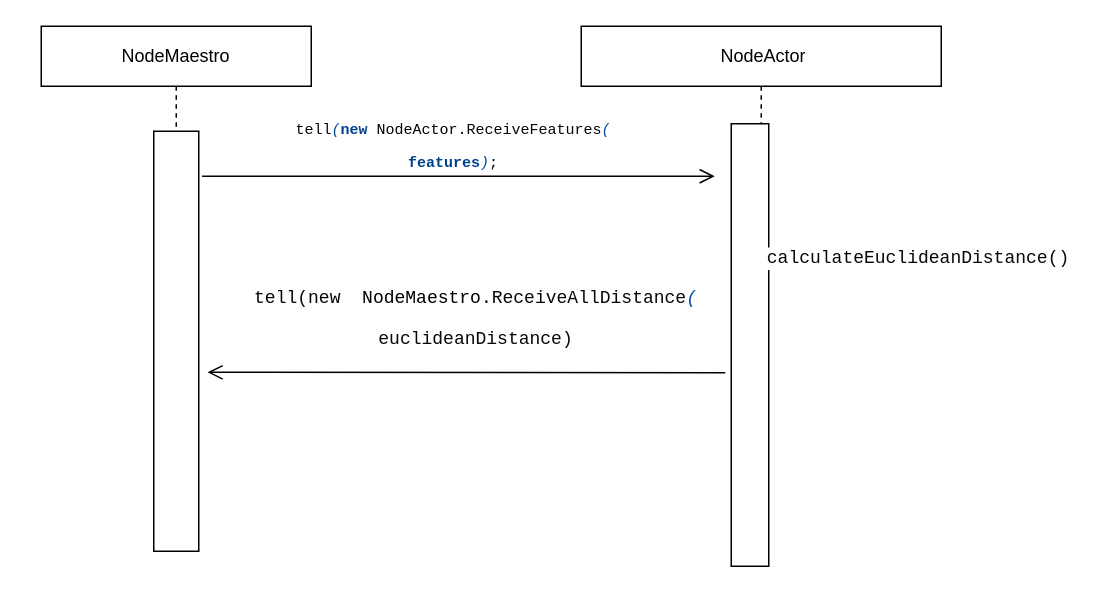
This is sendFeaturesToNodes.drawio from vanelopethecoder/som-basic, a draw.io file, before an edit. Source tidied: cells renumbered, new cells numbered last; positions are measured from the earlier drawing's top-left corner, leaving out a move shared by most shapes. Both pictures are drawn from the tidied source at 150%, with x=0, y=0 at pixel (26, 26).
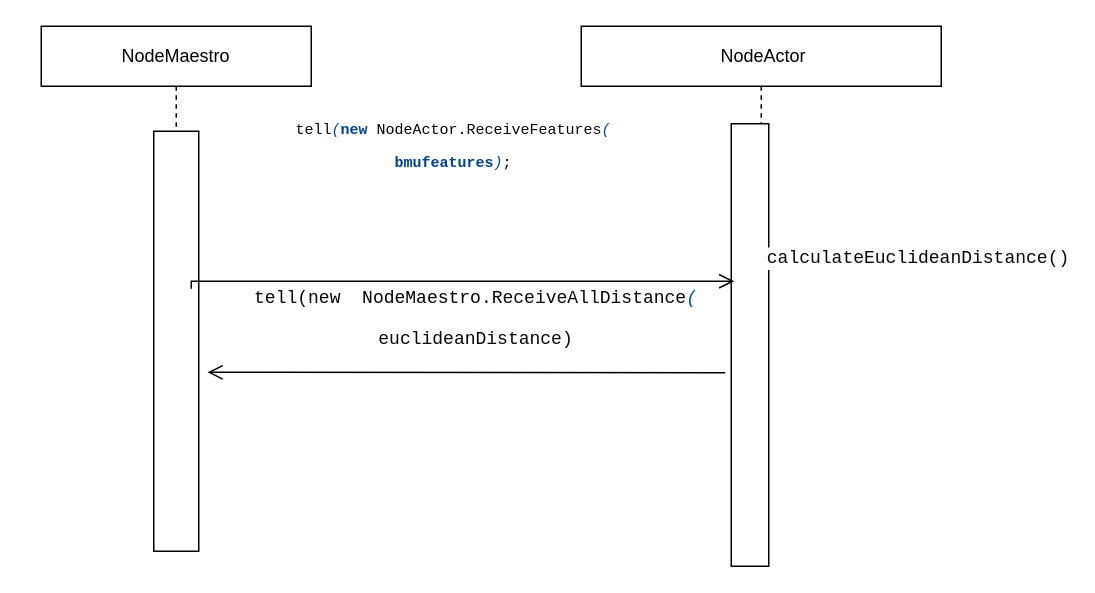
The same diagram, later.

What changed in the source:
```diff
@@
 <mxGraphModel>
   <root>
     <mxCell id="0" />
     <mxCell id="1" parent="0" />
     <mxCell id="2" value="NodeMaestro" style="shape=umlLifeline;perimeter=lifelinePerimeter;whiteSpace=wrap;html=1;" parent="1" vertex="1">
       <mxGeometry x="10" width="180" height="350" as="geometry" />
     </mxCell>
     <mxCell id="3" style="rounded=0;whiteSpace=wrap;html=1;" parent="2" vertex="1">
       <mxGeometry x="75" y="70" width="30" height="280" as="geometry" />
     </mxCell>
     <mxCell id="4" value="&amp;nbsp;NodeActor" style="shape=umlLifeline;perimeter=lifelinePerimeter;whiteSpace=wrap;html=1;" parent="1" vertex="1">
       <mxGeometry x="370" width="240" height="360" as="geometry" />
     </mxCell>
     <mxCell id="5" style="rounded=0;whiteSpace=wrap;html=1;" parent="4" vertex="1">
       <mxGeometry x="100" y="65" width="25" height="295" as="geometry" />
     </mxCell>
-    <mxCell id="6" value="&lt;pre style=&quot;background-color: rgb(255 , 255 , 255) ; color: rgb(8 , 8 , 8) ; font-family: &amp;#34;droid sans mono dotted&amp;#34; , monospace ; font-size: 10px&quot;&gt;tell&lt;span style=&quot;color: #004b9f ; font-style: italic&quot;&gt;(&lt;/span&gt;&lt;span style=&quot;color: #00428c ; font-weight: bold&quot;&gt;new &lt;/span&gt;&lt;span style=&quot;color: #000000&quot;&gt;NodeActor&lt;/span&gt;.ReceiveFeatures&lt;span style=&quot;color: #004b9f ; font-style: italic&quot;&gt;(&lt;/span&gt;&lt;/pre&gt;&lt;pre style=&quot;background-color: rgb(255 , 255 , 255) ; font-family: &amp;#34;droid sans mono dotted&amp;#34; , monospace ; font-size: 10px&quot;&gt;&lt;font color=&quot;#00428c&quot;&gt;&lt;b&gt;features&lt;/b&gt;&lt;/font&gt;&lt;span style=&quot;color: rgb(8 , 8 , 8)&quot;&gt;&lt;span style=&quot;color: #004b9f ; font-style: italic&quot;&gt;)&lt;/span&gt;;&lt;/span&gt;&lt;/pre&gt;" style="text;html=1;strokeColor=none;fillColor=none;align=center;verticalAlign=middle;whiteSpace=wrap;rounded=0;" parent="4" vertex="1">
+    <mxCell id="6" value="&lt;pre style=&quot;background-color: rgb(255 , 255 , 255) ; color: rgb(8 , 8 , 8) ; font-family: &amp;#34;droid sans mono dotted&amp;#34; , monospace ; font-size: 10px&quot;&gt;tell&lt;span style=&quot;color: #004b9f ; font-style: italic&quot;&gt;(&lt;/span&gt;&lt;span style=&quot;color: #00428c ; font-weight: bold&quot;&gt;new &lt;/span&gt;&lt;span style=&quot;color: #000000&quot;&gt;NodeActor&lt;/span&gt;.ReceiveFeatures&lt;span style=&quot;color: #004b9f ; font-style: italic&quot;&gt;(&lt;/span&gt;&lt;/pre&gt;&lt;pre style=&quot;background-color: rgb(255 , 255 , 255) ; font-family: &amp;#34;droid sans mono dotted&amp;#34; , monospace ; font-size: 10px&quot;&gt;&lt;font color=&quot;#00428c&quot;&gt;&lt;b&gt;bmufeatures&lt;/b&gt;&lt;/font&gt;&lt;span style=&quot;color: rgb(8 , 8 , 8)&quot;&gt;&lt;span style=&quot;color: #004b9f ; font-style: italic&quot;&gt;)&lt;/span&gt;;&lt;/span&gt;&lt;/pre&gt;" style="text;html=1;strokeColor=none;fillColor=none;align=center;verticalAlign=middle;whiteSpace=wrap;rounded=0;" parent="4" vertex="1">
       <mxGeometry x="-370" y="65" width="570" height="30" as="geometry" />
     </mxCell>
     <mxCell id="7" value="&lt;pre style=&quot;background-color: #ffffff ; color: #080808 ; font-family: &amp;#34;jetbrains mono&amp;#34; , monospace ; font-size: 9 8pt&quot;&gt;calculateEuclideanDistance()&lt;/pre&gt;" style="text;html=1;strokeColor=none;fillColor=none;align=center;verticalAlign=middle;whiteSpace=wrap;rounded=0;" parent="4" vertex="1">
       <mxGeometry x="180" y="140" width="90" height="30" as="geometry" />
     </mxCell>
     <mxCell id="8" value="&lt;pre style=&quot;background-color: #ffffff ; color: #080808 ; font-family: &amp;#34;jetbrains mono&amp;#34; , monospace ; font-size: 9 8pt&quot;&gt;tell(&lt;span style=&quot;white-space: normal&quot;&gt;new&amp;nbsp;&amp;nbsp;&lt;/span&gt;&lt;span style=&quot;white-space: normal ; font-family: &amp;#34;droid sans mono dotted&amp;#34; , monospace ; color: rgb(0 , 0 , 0)&quot;&gt;NodeMaestro&lt;/span&gt;&lt;span style=&quot;white-space: normal ; font-family: &amp;#34;droid sans mono dotted&amp;#34; , monospace&quot;&gt;.ReceiveAllDistance&lt;/span&gt;&lt;span style=&quot;white-space: normal ; font-family: &amp;#34;droid sans mono dotted&amp;#34; , monospace ; color: rgb(0 , 75 , 159) ; font-style: italic&quot;&gt;(&lt;/span&gt;&lt;/pre&gt;&lt;pre style=&quot;background-color: #ffffff ; color: #080808 ; font-family: &amp;#34;jetbrains mono&amp;#34; , monospace ; font-size: 9 8pt&quot;&gt;&lt;span style=&quot;white-space: normal ; font-family: &amp;#34;droid sans mono dotted&amp;#34; , monospace&quot;&gt;euclideanDistance&lt;/span&gt;&lt;span style=&quot;white-space: normal&quot;&gt;)&lt;/span&gt;&lt;/pre&gt;" style="text;html=1;strokeColor=none;fillColor=none;align=center;verticalAlign=middle;whiteSpace=wrap;rounded=0;" parent="1" vertex="1">
       <mxGeometry x="170" y="180" width="260" height="30" as="geometry" />
     </mxCell>
-    <mxCell id="9" style="edgeStyle=orthogonalEdgeStyle;html=1;verticalAlign=bottom;endArrow=open;endSize=8;strokeColor=#000000;rounded=0;exitX=1.073;exitY=0.107;exitDx=0;exitDy=0;exitPerimeter=0;" parent="1" edge="1" source="3">
+    <mxCell id="9" style="edgeStyle=orthogonalEdgeStyle;html=1;verticalAlign=bottom;endArrow=open;endSize=8;strokeColor=#000000;rounded=0;" parent="1" edge="1">
       <mxGeometry relative="1" as="geometry">
-        <mxPoint x="459" y="100" as="targetPoint" />
+        <mxPoint x="110" y="175" as="sourcePoint" />
+        <mxPoint x="472" y="170" as="targetPoint" />
         <Array as="points">
-          <mxPoint x="459" y="100" />
+          <mxPoint x="110" y="170" />
+          <mxPoint x="472" y="170" />
         </Array>
       </mxGeometry>
     </mxCell>
     <mxCell id="10" style="edgeStyle=orthogonalEdgeStyle;html=1;verticalAlign=bottom;endArrow=open;endSize=8;strokeColor=#000000;rounded=0;entryX=1.196;entryY=0.574;entryDx=0;entryDy=0;entryPerimeter=0;" parent="1" edge="1" target="3">
       <mxGeometry relative="1" as="geometry">
         <mxPoint x="466" y="231" as="sourcePoint" />
         <Array as="points">
           <mxPoint x="466" y="231" />
         </Array>
       </mxGeometry>
     </mxCell>
     <mxCell id="11" style="edgeStyle=orthogonalEdgeStyle;rounded=0;orthogonalLoop=1;jettySize=auto;html=1;exitX=0.5;exitY=1;exitDx=0;exitDy=0;fontSize=10;" parent="1" edge="1" source="8" target="8">
       <mxGeometry relative="1" as="geometry" />
     </mxCell>
   </root>
 </mxGraphModel>
```
